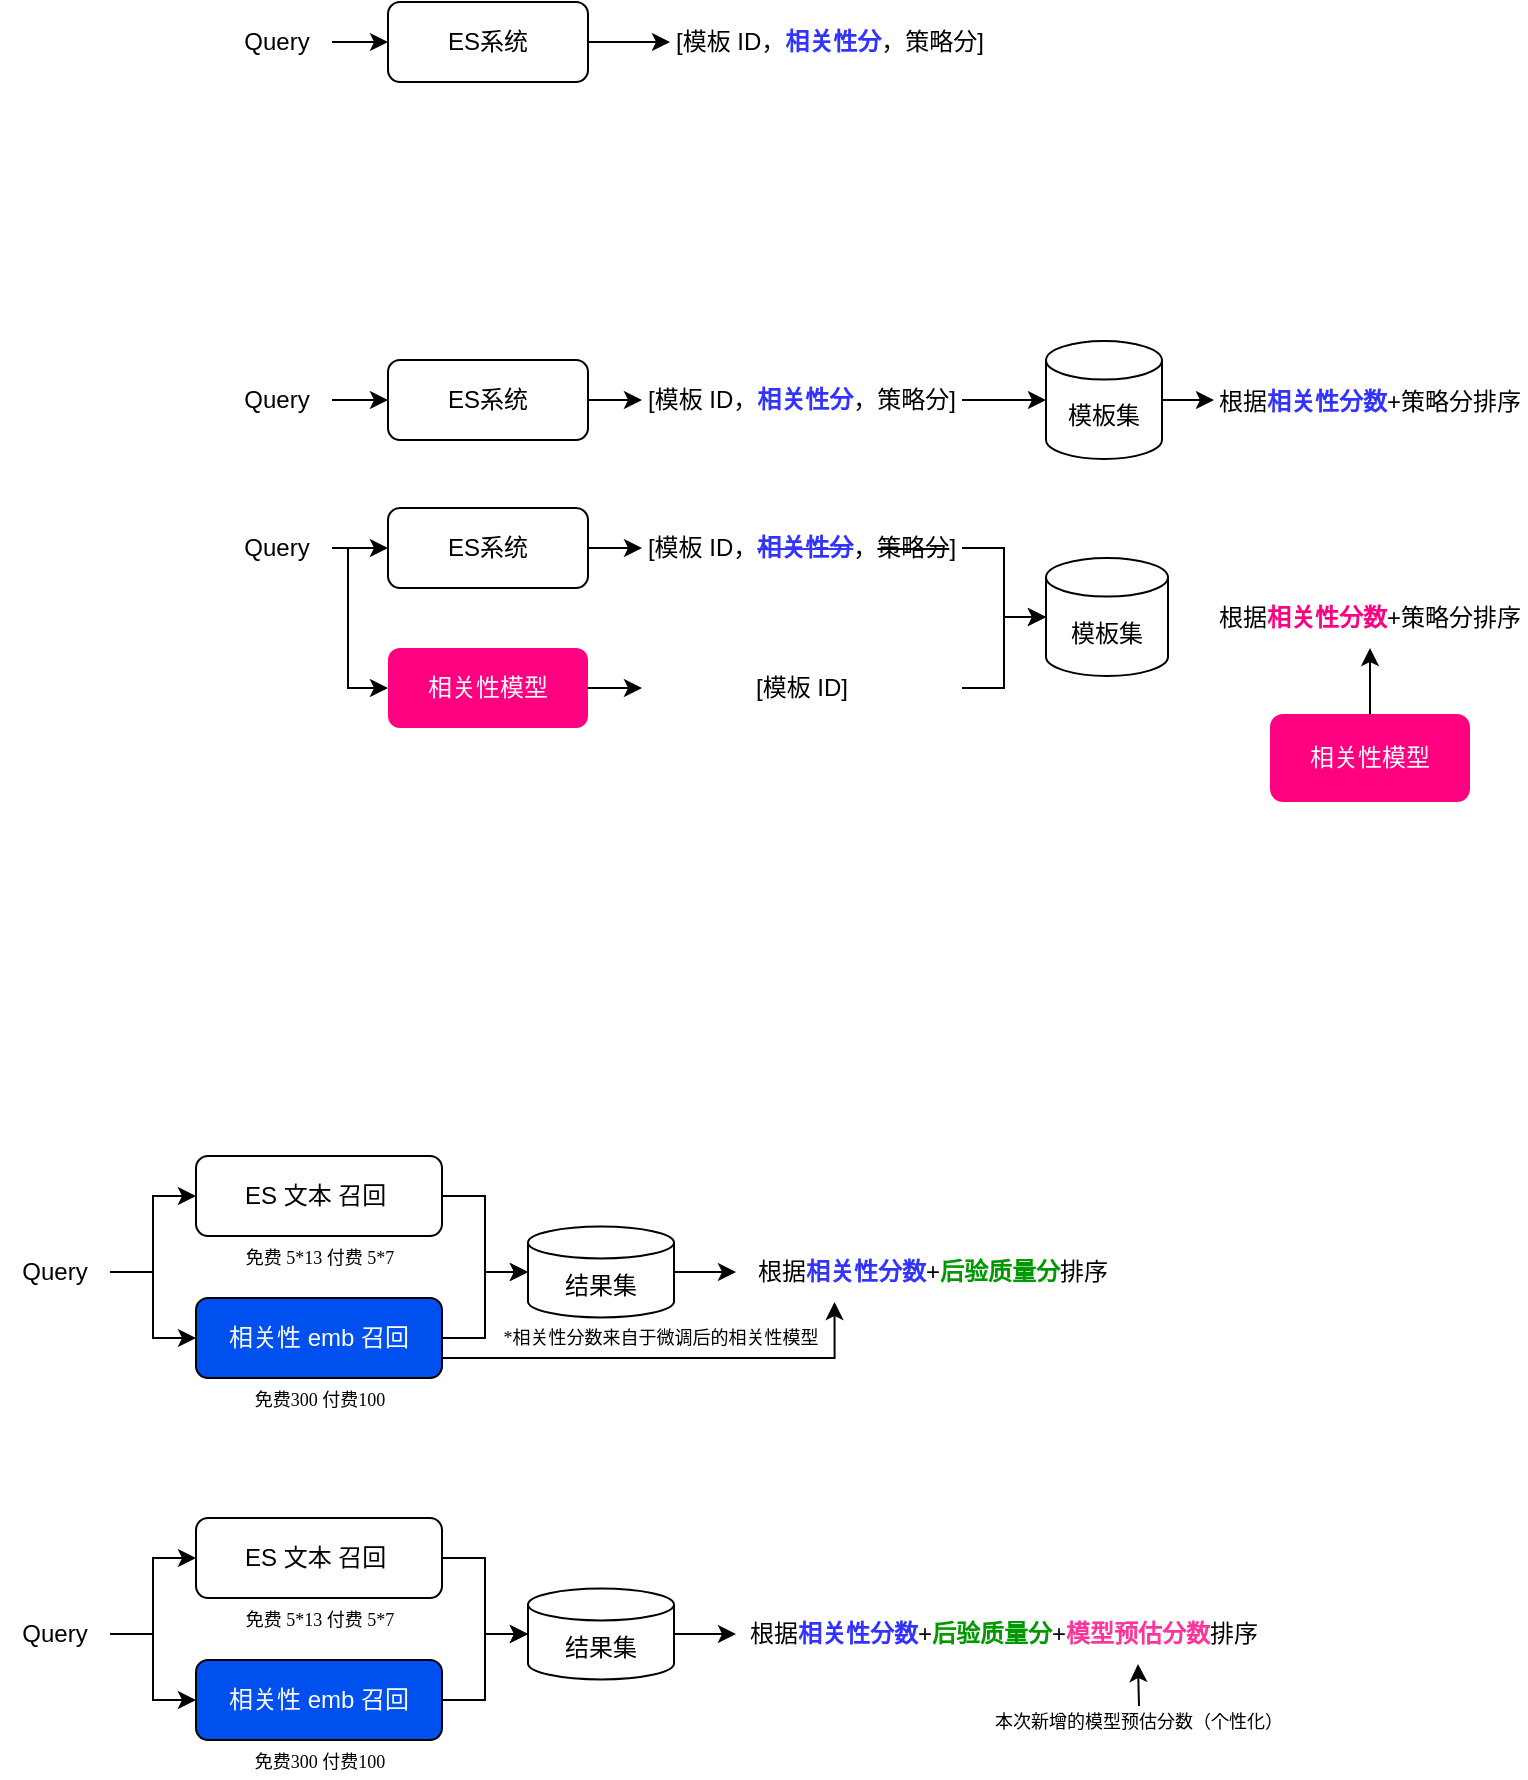
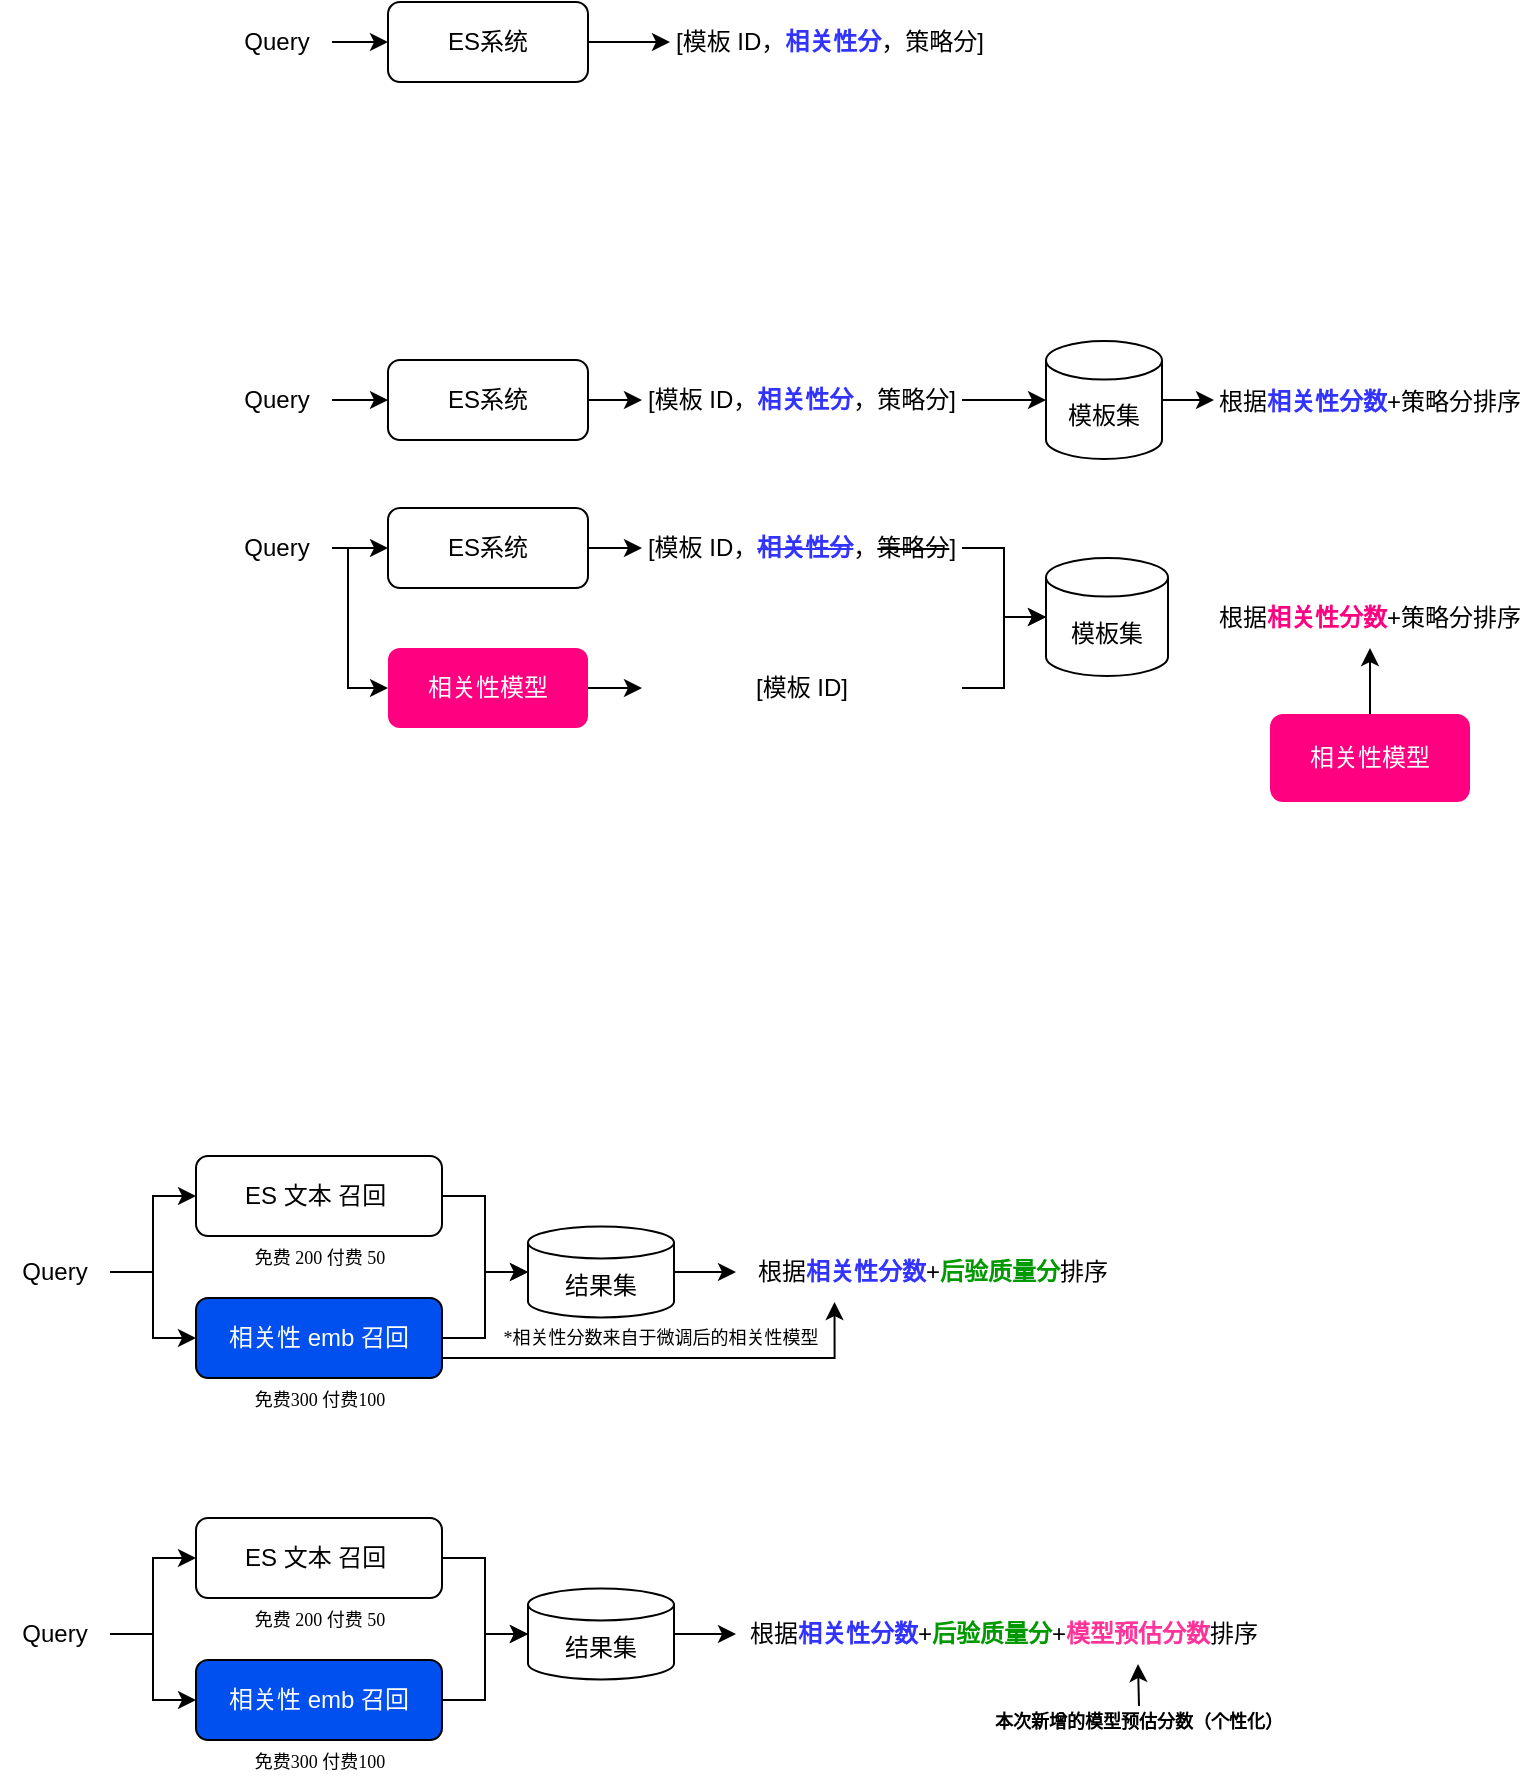
<mxfile host="app.diagrams.net" agent="Mozilla/5.0 (Macintosh; Intel Mac OS X 10_15_7) AppleWebKit/537.36 (KHTML, like Gecko) Chrome/144.0.0.0 Safari/537.36">
  <diagram name="第 1 页" id="uyMwIPwE8jGqM493bscI">
    <mxGraphModel dx="873" dy="504" grid="0" gridSize="10" guides="1" tooltips="1" connect="1" arrows="1" fold="1" page="0" pageScale="1" pageWidth="827" pageHeight="1169" math="0" shadow="0">
      <root>
        <mxCell id="0" />
        <mxCell id="1" parent="0" />
        <mxCell id="O6CiZJdHcVNpomKDh7BP-5" edge="1" parent="1" source="O6CiZJdHcVNpomKDh7BP-1" style="edgeStyle=orthogonalEdgeStyle;rounded=0;orthogonalLoop=1;jettySize=auto;html=1;" target="O6CiZJdHcVNpomKDh7BP-4" value="">
          <mxGeometry relative="1" as="geometry" />
        </mxCell>
        <mxCell id="O6CiZJdHcVNpomKDh7BP-1" parent="1" style="rounded=1;whiteSpace=wrap;html=1;" value="ES系统" vertex="1">
          <mxGeometry height="40" width="100" x="239" y="200" as="geometry" />
        </mxCell>
        <mxCell id="O6CiZJdHcVNpomKDh7BP-3" edge="1" parent="1" source="O6CiZJdHcVNpomKDh7BP-2" style="edgeStyle=orthogonalEdgeStyle;rounded=0;orthogonalLoop=1;jettySize=auto;html=1;" target="O6CiZJdHcVNpomKDh7BP-1" value="">
          <mxGeometry relative="1" as="geometry" />
        </mxCell>
        <mxCell id="O6CiZJdHcVNpomKDh7BP-2" parent="1" style="text;html=1;whiteSpace=wrap;strokeColor=none;fillColor=none;align=center;verticalAlign=middle;rounded=0;" value="Query" vertex="1">
          <mxGeometry height="30" width="55" x="156" y="205" as="geometry" />
        </mxCell>
        <mxCell id="O6CiZJdHcVNpomKDh7BP-4" parent="1" style="text;html=1;whiteSpace=wrap;strokeColor=none;fillColor=none;align=center;verticalAlign=middle;rounded=0;" value="[模板 ID，&lt;font style=&quot;color: rgb(51, 51, 255);&quot;&gt;&lt;b&gt;相关性分&lt;/b&gt;&lt;/font&gt;，策略分]" vertex="1">
          <mxGeometry height="30" width="160" x="380" y="205" as="geometry" />
        </mxCell>
        <mxCell id="O6CiZJdHcVNpomKDh7BP-6" edge="1" parent="1" source="O6CiZJdHcVNpomKDh7BP-7" style="edgeStyle=orthogonalEdgeStyle;rounded=0;orthogonalLoop=1;jettySize=auto;html=1;" target="O6CiZJdHcVNpomKDh7BP-10" value="">
          <mxGeometry relative="1" as="geometry" />
        </mxCell>
        <mxCell id="O6CiZJdHcVNpomKDh7BP-7" parent="1" style="rounded=1;whiteSpace=wrap;html=1;" value="ES系统" vertex="1">
          <mxGeometry height="40" width="100" x="239" y="379" as="geometry" />
        </mxCell>
        <mxCell id="O6CiZJdHcVNpomKDh7BP-8" edge="1" parent="1" source="O6CiZJdHcVNpomKDh7BP-9" style="edgeStyle=orthogonalEdgeStyle;rounded=0;orthogonalLoop=1;jettySize=auto;html=1;" target="O6CiZJdHcVNpomKDh7BP-7" value="">
          <mxGeometry relative="1" as="geometry" />
        </mxCell>
        <mxCell id="O6CiZJdHcVNpomKDh7BP-9" parent="1" style="text;html=1;whiteSpace=wrap;strokeColor=none;fillColor=none;align=center;verticalAlign=middle;rounded=0;" value="Query" vertex="1">
          <mxGeometry height="30" width="55" x="156" y="384" as="geometry" />
        </mxCell>
        <mxCell id="O6CiZJdHcVNpomKDh7BP-28" edge="1" parent="1" source="O6CiZJdHcVNpomKDh7BP-10" style="edgeStyle=orthogonalEdgeStyle;rounded=0;orthogonalLoop=1;jettySize=auto;html=1;exitX=1;exitY=0.5;exitDx=0;exitDy=0;" target="O6CiZJdHcVNpomKDh7BP-27">
          <mxGeometry relative="1" as="geometry" />
        </mxCell>
        <mxCell id="O6CiZJdHcVNpomKDh7BP-10" parent="1" style="text;html=1;whiteSpace=wrap;strokeColor=none;fillColor=none;align=center;verticalAlign=middle;rounded=0;" value="[模板 ID，&lt;font style=&quot;color: rgb(51, 51, 255);&quot;&gt;&lt;b&gt;相关性分&lt;/b&gt;&lt;/font&gt;，策略分]" vertex="1">
          <mxGeometry height="30" width="160" x="366" y="384" as="geometry" />
        </mxCell>
        <mxCell id="O6CiZJdHcVNpomKDh7BP-14" edge="1" parent="1" source="O6CiZJdHcVNpomKDh7BP-11" style="edgeStyle=orthogonalEdgeStyle;rounded=0;orthogonalLoop=1;jettySize=auto;html=1;" target="O6CiZJdHcVNpomKDh7BP-12" value="">
          <mxGeometry relative="1" as="geometry" />
        </mxCell>
        <mxCell id="O6CiZJdHcVNpomKDh7BP-15" edge="1" parent="1" source="O6CiZJdHcVNpomKDh7BP-11" style="edgeStyle=orthogonalEdgeStyle;rounded=0;orthogonalLoop=1;jettySize=auto;html=1;exitX=1;exitY=0.5;exitDx=0;exitDy=0;entryX=0;entryY=0.5;entryDx=0;entryDy=0;" target="O6CiZJdHcVNpomKDh7BP-18">
          <mxGeometry relative="1" as="geometry">
            <Array as="points">
              <mxPoint x="219" y="473" />
              <mxPoint x="219" y="543" />
              <mxPoint x="239" y="543" />
            </Array>
            <mxPoint x="239" y="543" as="targetPoint" />
          </mxGeometry>
        </mxCell>
        <mxCell id="O6CiZJdHcVNpomKDh7BP-11" parent="1" style="text;html=1;whiteSpace=wrap;strokeColor=none;fillColor=none;align=center;verticalAlign=middle;rounded=0;" value="Query" vertex="1">
          <mxGeometry height="30" width="55" x="156" y="458" as="geometry" />
        </mxCell>
        <mxCell id="O6CiZJdHcVNpomKDh7BP-17" edge="1" parent="1" source="O6CiZJdHcVNpomKDh7BP-12" style="edgeStyle=orthogonalEdgeStyle;rounded=0;orthogonalLoop=1;jettySize=auto;html=1;exitX=1;exitY=0.5;exitDx=0;exitDy=0;entryX=0;entryY=0.5;entryDx=0;entryDy=0;" target="O6CiZJdHcVNpomKDh7BP-16">
          <mxGeometry relative="1" as="geometry" />
        </mxCell>
        <mxCell id="O6CiZJdHcVNpomKDh7BP-12" parent="1" style="rounded=1;whiteSpace=wrap;html=1;" value="ES系统" vertex="1">
          <mxGeometry height="40" width="100" x="239" y="453" as="geometry" />
        </mxCell>
        <mxCell id="O6CiZJdHcVNpomKDh7BP-24" edge="1" parent="1" source="O6CiZJdHcVNpomKDh7BP-16" style="edgeStyle=orthogonalEdgeStyle;rounded=0;orthogonalLoop=1;jettySize=auto;html=1;exitX=1;exitY=0.5;exitDx=0;exitDy=0;" target="O6CiZJdHcVNpomKDh7BP-23">
          <mxGeometry relative="1" as="geometry" />
        </mxCell>
        <mxCell id="O6CiZJdHcVNpomKDh7BP-16" parent="1" style="text;html=1;whiteSpace=wrap;strokeColor=none;fillColor=none;align=center;verticalAlign=middle;rounded=0;" value="[模板 ID，&lt;font style=&quot;color: rgb(51, 51, 255);&quot;&gt;&lt;b&gt;&lt;strike&gt;相关性分&lt;/strike&gt;&lt;/b&gt;&lt;/font&gt;，&lt;strike&gt;策略分&lt;/strike&gt;]" vertex="1">
          <mxGeometry height="30" width="160" x="366" y="458" as="geometry" />
        </mxCell>
        <mxCell id="O6CiZJdHcVNpomKDh7BP-20" edge="1" parent="1" source="O6CiZJdHcVNpomKDh7BP-18" style="edgeStyle=orthogonalEdgeStyle;rounded=0;orthogonalLoop=1;jettySize=auto;html=1;" target="O6CiZJdHcVNpomKDh7BP-19">
          <mxGeometry relative="1" as="geometry" />
        </mxCell>
        <mxCell id="O6CiZJdHcVNpomKDh7BP-18" parent="1" style="rounded=1;whiteSpace=wrap;html=1;strokeColor=none;fontColor=#FFFFFF;fillColor=#FF0080;" value="相关性模型" vertex="1">
          <mxGeometry height="40" width="100" x="239" y="523" as="geometry" />
        </mxCell>
        <mxCell id="O6CiZJdHcVNpomKDh7BP-19" parent="1" style="text;html=1;whiteSpace=wrap;strokeColor=none;fillColor=none;align=center;verticalAlign=middle;rounded=0;" value="[模板 ID]" vertex="1">
          <mxGeometry height="30" width="160" x="366" y="528" as="geometry" />
        </mxCell>
        <mxCell id="O6CiZJdHcVNpomKDh7BP-32" edge="1" parent="1" source="O6CiZJdHcVNpomKDh7BP-21" style="edgeStyle=orthogonalEdgeStyle;rounded=0;orthogonalLoop=1;jettySize=auto;html=1;entryX=0.5;entryY=1;entryDx=0;entryDy=0;" target="O6CiZJdHcVNpomKDh7BP-31">
          <mxGeometry relative="1" as="geometry" />
        </mxCell>
        <mxCell id="O6CiZJdHcVNpomKDh7BP-21" parent="1" style="rounded=1;whiteSpace=wrap;html=1;fillColor=#FF0080;strokeColor=none;fontColor=#FFFFFF;" value="相关性模型" vertex="1">
          <mxGeometry height="44" width="100" x="680" y="556" as="geometry" />
        </mxCell>
        <mxCell id="O6CiZJdHcVNpomKDh7BP-23" parent="1" style="shape=cylinder3;whiteSpace=wrap;html=1;boundedLbl=1;backgroundOutline=1;size=9.647058823529392;" value="模板集" vertex="1">
          <mxGeometry height="59" width="61" x="568" y="478" as="geometry" />
        </mxCell>
        <mxCell id="O6CiZJdHcVNpomKDh7BP-26" edge="1" parent="1" source="O6CiZJdHcVNpomKDh7BP-19" style="edgeStyle=orthogonalEdgeStyle;rounded=0;orthogonalLoop=1;jettySize=auto;html=1;exitX=1;exitY=0.5;exitDx=0;exitDy=0;entryX=0;entryY=0.5;entryDx=0;entryDy=0;entryPerimeter=0;" target="O6CiZJdHcVNpomKDh7BP-23">
          <mxGeometry relative="1" as="geometry" />
        </mxCell>
        <mxCell id="O6CiZJdHcVNpomKDh7BP-30" edge="1" parent="1" source="O6CiZJdHcVNpomKDh7BP-27" style="edgeStyle=orthogonalEdgeStyle;rounded=0;orthogonalLoop=1;jettySize=auto;html=1;exitX=1;exitY=0.5;exitDx=0;exitDy=0;exitPerimeter=0;entryX=0;entryY=0.5;entryDx=0;entryDy=0;" target="O6CiZJdHcVNpomKDh7BP-29">
          <mxGeometry relative="1" as="geometry" />
        </mxCell>
        <mxCell id="O6CiZJdHcVNpomKDh7BP-27" parent="1" style="shape=cylinder3;whiteSpace=wrap;html=1;boundedLbl=1;backgroundOutline=1;size=9.647058823529392;" value="模板集" vertex="1">
          <mxGeometry height="59" width="58" x="568" y="369.5" as="geometry" />
        </mxCell>
        <mxCell id="O6CiZJdHcVNpomKDh7BP-29" parent="1" style="text;html=1;whiteSpace=wrap;strokeColor=none;fillColor=none;align=center;verticalAlign=middle;rounded=0;" value="根据&lt;font style=&quot;color: rgb(51, 51, 255);&quot;&gt;&lt;b&gt;相关性分数&lt;/b&gt;&lt;/font&gt;+策略分排序" vertex="1">
          <mxGeometry height="31" width="156" x="652" y="384" as="geometry" />
        </mxCell>
        <mxCell id="O6CiZJdHcVNpomKDh7BP-31" parent="1" style="text;html=1;whiteSpace=wrap;strokeColor=none;fillColor=none;align=center;verticalAlign=middle;rounded=0;" value="根据&lt;font style=&quot;color: rgb(255, 0, 128);&quot;&gt;&lt;b&gt;相关性分数&lt;/b&gt;&lt;/font&gt;+策略分排序" vertex="1">
          <mxGeometry height="31" width="156" x="652" y="492" as="geometry" />
        </mxCell>
        <mxCell id="GK8AZQt4zVpxBLM8WsAE-4" edge="1" parent="1" source="GK8AZQt4zVpxBLM8WsAE-1" style="edgeStyle=orthogonalEdgeStyle;rounded=0;orthogonalLoop=1;jettySize=auto;html=1;entryX=0;entryY=0.5;entryDx=0;entryDy=0;" target="GK8AZQt4zVpxBLM8WsAE-2">
          <mxGeometry relative="1" as="geometry" />
        </mxCell>
        <mxCell id="GK8AZQt4zVpxBLM8WsAE-5" edge="1" parent="1" source="GK8AZQt4zVpxBLM8WsAE-1" style="edgeStyle=orthogonalEdgeStyle;rounded=0;orthogonalLoop=1;jettySize=auto;html=1;exitX=1;exitY=0.5;exitDx=0;exitDy=0;entryX=0;entryY=0.5;entryDx=0;entryDy=0;" target="GK8AZQt4zVpxBLM8WsAE-3">
          <mxGeometry relative="1" as="geometry" />
        </mxCell>
        <mxCell id="GK8AZQt4zVpxBLM8WsAE-1" parent="1" style="text;html=1;whiteSpace=wrap;strokeColor=none;fillColor=none;align=center;verticalAlign=middle;rounded=0;" value="Query" vertex="1">
          <mxGeometry height="30" width="55" x="45" y="820" as="geometry" />
        </mxCell>
        <mxCell id="GK8AZQt4zVpxBLM8WsAE-6" edge="1" parent="1" source="GK8AZQt4zVpxBLM8WsAE-2" style="edgeStyle=orthogonalEdgeStyle;rounded=0;orthogonalLoop=1;jettySize=auto;html=1;exitX=1;exitY=0.5;exitDx=0;exitDy=0;entryX=0;entryY=0.5;entryDx=0;entryDy=0;entryPerimeter=0;" target="GK8AZQt4zVpxBLM8WsAE-9">
          <mxGeometry relative="1" as="geometry">
            <mxPoint x="297" y="832" as="targetPoint" />
          </mxGeometry>
        </mxCell>
        <mxCell id="GK8AZQt4zVpxBLM8WsAE-2" parent="1" style="rounded=1;whiteSpace=wrap;html=1;" value="ES 文本 召回&lt;span style=&quot;background-color: transparent; color: light-dark(rgb(0, 0, 0), rgb(255, 255, 255));&quot;&gt;&amp;nbsp;&lt;/span&gt;" vertex="1">
          <mxGeometry height="40" width="123" x="143" y="777" as="geometry" />
        </mxCell>
        <mxCell id="GK8AZQt4zVpxBLM8WsAE-7" edge="1" parent="1" source="GK8AZQt4zVpxBLM8WsAE-3" style="edgeStyle=orthogonalEdgeStyle;rounded=0;orthogonalLoop=1;jettySize=auto;html=1;exitX=1;exitY=0.5;exitDx=0;exitDy=0;entryX=0;entryY=0.5;entryDx=0;entryDy=0;entryPerimeter=0;" target="GK8AZQt4zVpxBLM8WsAE-9">
          <mxGeometry relative="1" as="geometry">
            <mxPoint x="283.07142857142867" y="837.7142857142858" as="targetPoint" />
          </mxGeometry>
        </mxCell>
        <mxCell id="GK8AZQt4zVpxBLM8WsAE-29" edge="1" parent="1" source="GK8AZQt4zVpxBLM8WsAE-3" style="edgeStyle=orthogonalEdgeStyle;rounded=0;orthogonalLoop=1;jettySize=auto;html=1;exitX=1;exitY=0.75;exitDx=0;exitDy=0;entryX=0.25;entryY=1;entryDx=0;entryDy=0;" target="GK8AZQt4zVpxBLM8WsAE-14">
          <mxGeometry relative="1" as="geometry" />
        </mxCell>
        <mxCell id="GK8AZQt4zVpxBLM8WsAE-3" parent="1" style="rounded=1;whiteSpace=wrap;html=1;fillColor=#0050ef;strokeColor=#000000;fontColor=#ffffff;" value="相关性 emb 召回" vertex="1">
          <mxGeometry height="40" width="123" x="143" y="848" as="geometry" />
        </mxCell>
        <mxCell id="GK8AZQt4zVpxBLM8WsAE-15" edge="1" parent="1" source="GK8AZQt4zVpxBLM8WsAE-9" style="edgeStyle=orthogonalEdgeStyle;rounded=0;orthogonalLoop=1;jettySize=auto;html=1;exitX=1;exitY=0.5;exitDx=0;exitDy=0;exitPerimeter=0;entryX=0;entryY=0.5;entryDx=0;entryDy=0;" target="GK8AZQt4zVpxBLM8WsAE-14">
          <mxGeometry relative="1" as="geometry" />
        </mxCell>
        <mxCell id="GK8AZQt4zVpxBLM8WsAE-9" parent="1" style="shape=cylinder3;whiteSpace=wrap;html=1;boundedLbl=1;backgroundOutline=1;size=8;" value="结果集" vertex="1">
          <mxGeometry height="45.5" width="73" x="309" y="812.25" as="geometry" />
        </mxCell>
        <mxCell id="GK8AZQt4zVpxBLM8WsAE-12" parent="1" style="text;html=1;whiteSpace=wrap;strokeColor=none;fillColor=none;align=center;verticalAlign=middle;rounded=0;fontFamily=宋体;fontSize=9;" value="免费300 付费100" vertex="1">
          <mxGeometry height="16" width="88" x="160.5" y="891" as="geometry" />
        </mxCell>
-         <mxCell id="GK8AZQt4zVpxBLM8WsAE-13" parent="1" style="text;html=1;whiteSpace=wrap;strokeColor=none;fillColor=none;align=center;verticalAlign=middle;rounded=0;fontFamily=宋体;fontSize=9;" value="免费 5*13 付费 5*7" vertex="1">
+         <mxCell id="GK8AZQt4zVpxBLM8WsAE-13" parent="1" style="text;html=1;whiteSpace=wrap;strokeColor=none;fillColor=none;align=center;verticalAlign=middle;rounded=0;fontFamily=宋体;fontSize=9;" value="免费 200 付费 50" vertex="1">
          <mxGeometry height="16" width="88" x="160.5" y="820" as="geometry" />
        </mxCell>
        <mxCell id="GK8AZQt4zVpxBLM8WsAE-14" parent="1" style="text;html=1;whiteSpace=wrap;strokeColor=none;fillColor=none;align=center;verticalAlign=middle;rounded=0;" value="根据&lt;font style=&quot;color: rgb(51, 51, 255);&quot;&gt;&lt;b&gt;相关性分数&lt;/b&gt;&lt;/font&gt;+&lt;font style=&quot;color: rgb(0, 153, 0);&quot;&gt;&lt;b style=&quot;&quot;&gt;后验质量分&lt;/b&gt;&lt;/font&gt;排序" vertex="1">
          <mxGeometry height="31" width="197" x="413" y="819" as="geometry" />
        </mxCell>
        <mxCell id="GK8AZQt4zVpxBLM8WsAE-16" edge="1" parent="1" source="GK8AZQt4zVpxBLM8WsAE-18" style="edgeStyle=orthogonalEdgeStyle;rounded=0;orthogonalLoop=1;jettySize=auto;html=1;entryX=0;entryY=0.5;entryDx=0;entryDy=0;" target="GK8AZQt4zVpxBLM8WsAE-20">
          <mxGeometry relative="1" as="geometry" />
        </mxCell>
        <mxCell id="GK8AZQt4zVpxBLM8WsAE-17" edge="1" parent="1" source="GK8AZQt4zVpxBLM8WsAE-18" style="edgeStyle=orthogonalEdgeStyle;rounded=0;orthogonalLoop=1;jettySize=auto;html=1;exitX=1;exitY=0.5;exitDx=0;exitDy=0;entryX=0;entryY=0.5;entryDx=0;entryDy=0;" target="GK8AZQt4zVpxBLM8WsAE-22">
          <mxGeometry relative="1" as="geometry" />
        </mxCell>
        <mxCell id="GK8AZQt4zVpxBLM8WsAE-18" parent="1" style="text;html=1;whiteSpace=wrap;strokeColor=none;fillColor=none;align=center;verticalAlign=middle;rounded=0;" value="Query" vertex="1">
          <mxGeometry height="30" width="55" x="45" y="1001" as="geometry" />
        </mxCell>
        <mxCell id="GK8AZQt4zVpxBLM8WsAE-19" edge="1" parent="1" source="GK8AZQt4zVpxBLM8WsAE-20" style="edgeStyle=orthogonalEdgeStyle;rounded=0;orthogonalLoop=1;jettySize=auto;html=1;exitX=1;exitY=0.5;exitDx=0;exitDy=0;entryX=0;entryY=0.5;entryDx=0;entryDy=0;entryPerimeter=0;" target="GK8AZQt4zVpxBLM8WsAE-24">
          <mxGeometry relative="1" as="geometry">
            <mxPoint x="297" y="1013" as="targetPoint" />
          </mxGeometry>
        </mxCell>
        <mxCell id="GK8AZQt4zVpxBLM8WsAE-20" parent="1" style="rounded=1;whiteSpace=wrap;html=1;" value="ES 文本 召回&lt;span style=&quot;background-color: transparent; color: light-dark(rgb(0, 0, 0), rgb(255, 255, 255));&quot;&gt;&amp;nbsp;&lt;/span&gt;" vertex="1">
          <mxGeometry height="40" width="123" x="143" y="958" as="geometry" />
        </mxCell>
        <mxCell id="GK8AZQt4zVpxBLM8WsAE-21" edge="1" parent="1" source="GK8AZQt4zVpxBLM8WsAE-22" style="edgeStyle=orthogonalEdgeStyle;rounded=0;orthogonalLoop=1;jettySize=auto;html=1;exitX=1;exitY=0.5;exitDx=0;exitDy=0;entryX=0;entryY=0.5;entryDx=0;entryDy=0;entryPerimeter=0;" target="GK8AZQt4zVpxBLM8WsAE-24">
          <mxGeometry relative="1" as="geometry">
            <mxPoint x="283.07142857142867" y="1018.7142857142858" as="targetPoint" />
          </mxGeometry>
        </mxCell>
        <mxCell id="GK8AZQt4zVpxBLM8WsAE-22" parent="1" style="rounded=1;whiteSpace=wrap;html=1;fillColor=#0050ef;strokeColor=#000000;fontColor=#ffffff;" value="相关性 emb 召回" vertex="1">
          <mxGeometry height="40" width="123" x="143" y="1029" as="geometry" />
        </mxCell>
        <mxCell id="GK8AZQt4zVpxBLM8WsAE-23" edge="1" parent="1" source="GK8AZQt4zVpxBLM8WsAE-24" style="edgeStyle=orthogonalEdgeStyle;rounded=0;orthogonalLoop=1;jettySize=auto;html=1;exitX=1;exitY=0.5;exitDx=0;exitDy=0;exitPerimeter=0;entryX=0;entryY=0.5;entryDx=0;entryDy=0;" target="GK8AZQt4zVpxBLM8WsAE-27">
          <mxGeometry relative="1" as="geometry" />
        </mxCell>
        <mxCell id="GK8AZQt4zVpxBLM8WsAE-24" parent="1" style="shape=cylinder3;whiteSpace=wrap;html=1;boundedLbl=1;backgroundOutline=1;size=8;" value="结果集" vertex="1">
          <mxGeometry height="45.5" width="73" x="309" y="993.25" as="geometry" />
        </mxCell>
        <mxCell id="GK8AZQt4zVpxBLM8WsAE-25" parent="1" style="text;html=1;whiteSpace=wrap;strokeColor=none;fillColor=none;align=center;verticalAlign=middle;rounded=0;fontFamily=宋体;fontSize=9;" value="免费300 付费100" vertex="1">
          <mxGeometry height="16" width="88" x="160.5" y="1072" as="geometry" />
        </mxCell>
-         <mxCell id="GK8AZQt4zVpxBLM8WsAE-26" parent="1" style="text;html=1;whiteSpace=wrap;strokeColor=none;fillColor=none;align=center;verticalAlign=middle;rounded=0;fontFamily=宋体;fontSize=9;" value="免费 5*13 付费 5*7" vertex="1">
+         <mxCell id="GK8AZQt4zVpxBLM8WsAE-26" parent="1" style="text;html=1;whiteSpace=wrap;strokeColor=none;fillColor=none;align=center;verticalAlign=middle;rounded=0;fontFamily=宋体;fontSize=9;" value="免费 200 付费 50" vertex="1">
          <mxGeometry height="16" width="88" x="160.5" y="1001" as="geometry" />
        </mxCell>
        <mxCell id="GK8AZQt4zVpxBLM8WsAE-27" parent="1" style="text;html=1;whiteSpace=wrap;strokeColor=none;fillColor=none;align=center;verticalAlign=middle;rounded=0;" value="根据&lt;font style=&quot;color: rgb(51, 51, 255);&quot;&gt;&lt;b&gt;相关性分数&lt;/b&gt;&lt;/font&gt;+&lt;font&gt;&lt;b style=&quot;&quot;&gt;&lt;font style=&quot;color: light-dark(rgb(0, 153, 0), rgb(255, 106, 193));&quot;&gt;后验质量分&lt;/font&gt;&lt;/b&gt;&lt;font style=&quot;color: rgb(0, 0, 0);&quot;&gt;+&lt;/font&gt;&lt;b style=&quot;color: light-dark(rgb(255, 51, 153), rgb(255, 106, 193));&quot;&gt;模型预估分数&lt;/b&gt;&lt;/font&gt;排序" vertex="1">
          <mxGeometry height="31" width="268" x="413" y="1000" as="geometry" />
        </mxCell>
        <mxCell id="GK8AZQt4zVpxBLM8WsAE-28" parent="1" style="text;html=1;whiteSpace=wrap;strokeColor=none;fillColor=none;align=center;verticalAlign=middle;rounded=0;fontFamily=宋体;fontSize=9;" value="*相关性分数来自于微调后的相关性模型" vertex="1">
          <mxGeometry height="16" width="171" x="290" y="860" as="geometry" />
        </mxCell>
        <mxCell id="GK8AZQt4zVpxBLM8WsAE-31" edge="1" parent="1" source="GK8AZQt4zVpxBLM8WsAE-30" style="edgeStyle=orthogonalEdgeStyle;rounded=0;orthogonalLoop=1;jettySize=auto;html=1;exitX=0.5;exitY=0;exitDx=0;exitDy=0;entryX=0.75;entryY=1;entryDx=0;entryDy=0;" target="GK8AZQt4zVpxBLM8WsAE-27">
          <mxGeometry relative="1" as="geometry" />
        </mxCell>
-         <mxCell id="GK8AZQt4zVpxBLM8WsAE-30" parent="1" style="text;html=1;whiteSpace=wrap;strokeColor=none;fillColor=none;align=center;verticalAlign=middle;rounded=0;fontFamily=宋体;fontSize=9;" value="本次新增的模型预估分数（个性化）" vertex="1">
+         <mxCell id="GK8AZQt4zVpxBLM8WsAE-30" parent="1" style="text;html=1;whiteSpace=wrap;strokeColor=none;fillColor=none;align=center;verticalAlign=middle;rounded=0;fontFamily=宋体;fontSize=9;fontStyle=1" value="本次新增的模型预估分数（个性化）" vertex="1">
          <mxGeometry height="15" width="171" x="529" y="1052" as="geometry" />
        </mxCell>
      </root>
    </mxGraphModel>
  </diagram>
</mxfile>
